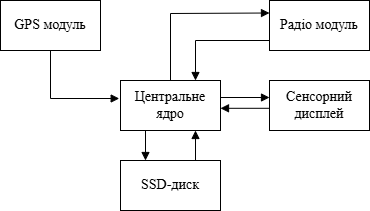
BogdanBackend/Diplom keeps this draw.io diagram as docs/sheme/structural.drawio.png. Above is the earlier version. Source tidied: cells renumbered, new cells last; positions are measured from the earlier drawing's top-left corner, leaving out a move shared by most shapes.
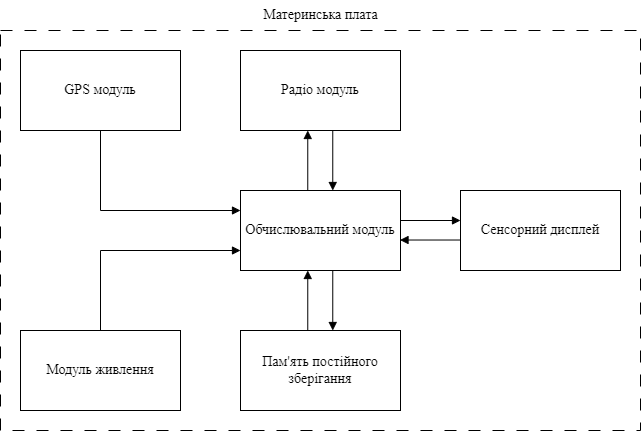
Later version of the same file.

Change to the diagram source:
```diff
@@ -2,63 +2,79 @@
   <root>
     <mxCell id="0" />
     <mxCell id="1" parent="0" />
+    <mxCell id="14" style="whiteSpace=wrap;html=1;fillColor=none;dashed=1;dashPattern=12 12;" parent="1" vertex="1">
+      <mxGeometry x="15" y="35" width="640" height="400" as="geometry" />
+    </mxCell>
-    <mxCell id="2" value="Центральне ядро" style="rounded=0;whiteSpace=wrap;html=1;fontFamily=Times New Roman;fontSize=14;" parent="1" vertex="1">
-      <mxGeometry x="120" y="80" width="100" height="50" as="geometry" />
+    <mxCell id="2" value="Обчислювальний модуль" style="rounded=0;whiteSpace=wrap;html=1;fontFamily=Times New Roman;fontSize=14;" parent="1" vertex="1">
+      <mxGeometry x="255" y="195" width="160" height="80" as="geometry" />
     </mxCell>
     <mxCell id="3" value="Радіо модуль" style="rounded=0;whiteSpace=wrap;html=1;fontFamily=Times New Roman;fontSize=14;" parent="1" vertex="1">
-      <mxGeometry x="269" width="100" height="50" as="geometry" />
+      <mxGeometry x="255" y="55" width="160" height="80" as="geometry" />
     </mxCell>
     <mxCell id="4" value="Сенсорний дисплей" style="rounded=0;whiteSpace=wrap;html=1;fontFamily=Times New Roman;fontSize=14;" parent="1" vertex="1">
-      <mxGeometry x="269" y="80" width="100" height="50" as="geometry" />
+      <mxGeometry x="475" y="195" width="160" height="80" as="geometry" />
     </mxCell>
     <mxCell id="5" value="GPS модуль" style="rounded=0;whiteSpace=wrap;html=1;fontFamily=Times New Roman;fontSize=14;" parent="1" vertex="1">
-      <mxGeometry width="100" height="50" as="geometry" />
+      <mxGeometry x="35" y="55" width="160" height="80" as="geometry" />
     </mxCell>
-    <mxCell id="6" value="SSD-диск" style="rounded=0;whiteSpace=wrap;html=1;fontFamily=Times New Roman;fontSize=14;" parent="1" vertex="1">
-      <mxGeometry x="120" y="160" width="100" height="50" as="geometry" />
+    <mxCell id="6" value="Пам'ять постійного зберігання" style="rounded=0;whiteSpace=wrap;html=1;fontFamily=Times New Roman;fontSize=14;" parent="1" vertex="1">
+      <mxGeometry x="255" y="335" width="160" height="80" as="geometry" />
     </mxCell>
+    <mxCell id="15" value="Модуль живлення" style="rounded=0;whiteSpace=wrap;html=1;fontFamily=Times New Roman;fontSize=14;" parent="1" vertex="1">
+      <mxGeometry x="35" y="335" width="160" height="80" as="geometry" />
+    </mxCell>
+    <mxCell id="16" style="endArrow=block;html=1;endFill=1;rounded=0;curved=0;" parent="1" edge="1">
+      <mxGeometry relative="1" as="geometry">
+        <mxPoint x="322.3" y="335" as="sourcePoint" />
+        <mxPoint x="322.3" y="275" as="targetPoint" />
+      </mxGeometry>
+    </mxCell>
+    <mxCell id="17" style="endArrow=block;html=1;endFill=1;rounded=0;curved=0;exitX=0.5;exitY=0;exitDx=0;exitDy=0;entryX=0;entryY=0.75;entryDx=0;entryDy=0;" parent="1" edge="1" source="15" target="2">
+      <mxGeometry relative="1" as="geometry">
+        <Array as="points">
+          <mxPoint x="115" y="255" />
+        </Array>
+      </mxGeometry>
+    </mxCell>
-    <mxCell id="7" style="edgeStyle=none;html=1;rounded=0;curved=0;strokeWidth=1;endArrow=block;endFill=1;entryX=-0.013;entryY=0.36;entryDx=0;entryDy=0;entryPerimeter=0;exitX=0.5;exitY=1;exitDx=0;exitDy=0;" parent="1" edge="1" source="5" target="2">
+    <mxCell id="7" style="endArrow=block;html=1;endFill=1;rounded=0;curved=0;exitX=0.5;exitY=1;exitDx=0;exitDy=0;entryX=0;entryY=0.25;entryDx=0;entryDy=0;" parent="1" edge="1" source="5" target="2">
       <mxGeometry relative="1" as="geometry">
         <Array as="points">
-          <mxPoint x="50" y="98" />
+          <mxPoint x="115" y="215" />
         </Array>
       </mxGeometry>
     </mxCell>
-    <mxCell id="8" style="edgeStyle=none;html=1;rounded=0;curved=0;strokeWidth=1;endArrow=block;endFill=1;exitX=0.5;exitY=0;exitDx=0;exitDy=0;entryX=0;entryY=0.25;entryDx=0;entryDy=0;" parent="1" edge="1" source="2" target="3">
-      <mxGeometry relative="1" as="geometry">
-        <Array as="points">
-          <mxPoint x="170" y="13" />
-        </Array>
-      </mxGeometry>
-    </mxCell>
-    <mxCell id="9" style="edgeStyle=none;html=1;rounded=0;curved=0;strokeWidth=1;endArrow=block;endFill=1;entryX=0;entryY=0.5;entryDx=0;entryDy=0;exitX=1;exitY=0.5;exitDx=0;exitDy=0;" parent="1" edge="1">
-      <mxGeometry relative="1" as="geometry">
-        <mxPoint x="220" y="97" as="sourcePoint" />
-        <mxPoint x="269" y="97" as="targetPoint" />
-      </mxGeometry>
-    </mxCell>
-    <mxCell id="10" style="edgeStyle=none;html=1;rounded=0;curved=0;strokeWidth=1;endArrow=block;endFill=1;entryX=0;entryY=0.5;entryDx=0;entryDy=0;exitX=1;exitY=0.5;exitDx=0;exitDy=0;" parent="1" edge="1">
-      <mxGeometry relative="1" as="geometry">
-        <mxPoint x="269" y="107.8" as="sourcePoint" />
-        <mxPoint x="220" y="107.8" as="targetPoint" />
-      </mxGeometry>
-    </mxCell>
-    <mxCell id="11" style="edgeStyle=none;html=1;rounded=0;curved=0;strokeWidth=1;endArrow=block;endFill=1;entryX=0.75;entryY=1;entryDx=0;entryDy=0;exitX=0.75;exitY=0;exitDx=0;exitDy=0;" parent="1" edge="1" source="6" target="2">
-      <mxGeometry relative="1" as="geometry" />
-    </mxCell>
-    <mxCell id="12" style="edgeStyle=none;html=1;rounded=0;curved=0;strokeWidth=1;endArrow=block;endFill=1;entryX=0.75;entryY=1;entryDx=0;entryDy=0;exitX=0.75;exitY=0;exitDx=0;exitDy=0;" parent="1" edge="1">
-      <mxGeometry relative="1" as="geometry">
-        <mxPoint x="145" y="130" as="sourcePoint" />
-        <mxPoint x="145" y="160" as="targetPoint" />
-      </mxGeometry>
-    </mxCell>
-    <mxCell id="13" style="edgeStyle=none;html=1;rounded=0;curved=0;strokeWidth=1;endArrow=block;endFill=1;exitX=0.5;exitY=0;exitDx=0;exitDy=0;entryX=0.75;entryY=0;entryDx=0;entryDy=0;" parent="1" edge="1" target="2">
-      <mxGeometry relative="1" as="geometry">
-        <mxPoint x="269" y="40" as="sourcePoint" />
-        <Array as="points">
-          <mxPoint x="195" y="40" />
-        </Array>
-      </mxGeometry>
-    </mxCell>
+    <mxCell id="18" style="endArrow=block;html=1;endFill=1;rounded=0;curved=0;" parent="1" edge="1">
+      <mxGeometry relative="1" as="geometry">
+        <mxPoint x="347.3" y="275" as="sourcePoint" />
+        <mxPoint x="347.3" y="335" as="targetPoint" />
+      </mxGeometry>
+    </mxCell>
+    <mxCell id="19" style="endArrow=block;html=1;endFill=1;rounded=0;curved=0;" parent="1" edge="1">
+      <mxGeometry relative="1" as="geometry">
+        <mxPoint x="322.3" y="195" as="sourcePoint" />
+        <mxPoint x="322.3" y="135" as="targetPoint" />
+      </mxGeometry>
+    </mxCell>
+    <mxCell id="20" style="endArrow=block;html=1;endFill=1;rounded=0;curved=0;" parent="1" edge="1">
+      <mxGeometry relative="1" as="geometry">
+        <mxPoint x="347.3" y="135" as="sourcePoint" />
+        <mxPoint x="347.3" y="195" as="targetPoint" />
+      </mxGeometry>
+    </mxCell>
+    <mxCell id="21" style="endArrow=block;html=1;endFill=1;rounded=0;curved=0;" parent="1" edge="1">
+      <mxGeometry relative="1" as="geometry">
+        <mxPoint x="414.5" y="225" as="sourcePoint" />
+        <mxPoint x="475" y="225" as="targetPoint" />
+      </mxGeometry>
+    </mxCell>
+    <mxCell id="22" style="endArrow=block;html=1;endFill=1;rounded=0;curved=0;" parent="1" edge="1">
+      <mxGeometry relative="1" as="geometry">
+        <mxPoint x="475" y="244.5" as="sourcePoint" />
+        <mxPoint x="414.5" y="244.5" as="targetPoint" />
+      </mxGeometry>
+    </mxCell>
+    <mxCell id="23" value="&lt;font face=&quot;Times New Roman&quot; style=&quot;font-size: 14px;&quot;&gt;Материнська плата&lt;/font&gt;" style="text;html=1;align=center;verticalAlign=middle;whiteSpace=wrap;rounded=0;" parent="1" vertex="1">
+      <mxGeometry x="257.5" y="5" width="155" height="30" as="geometry" />
+    </mxCell>
   </root>
 </mxGraphModel>
```
